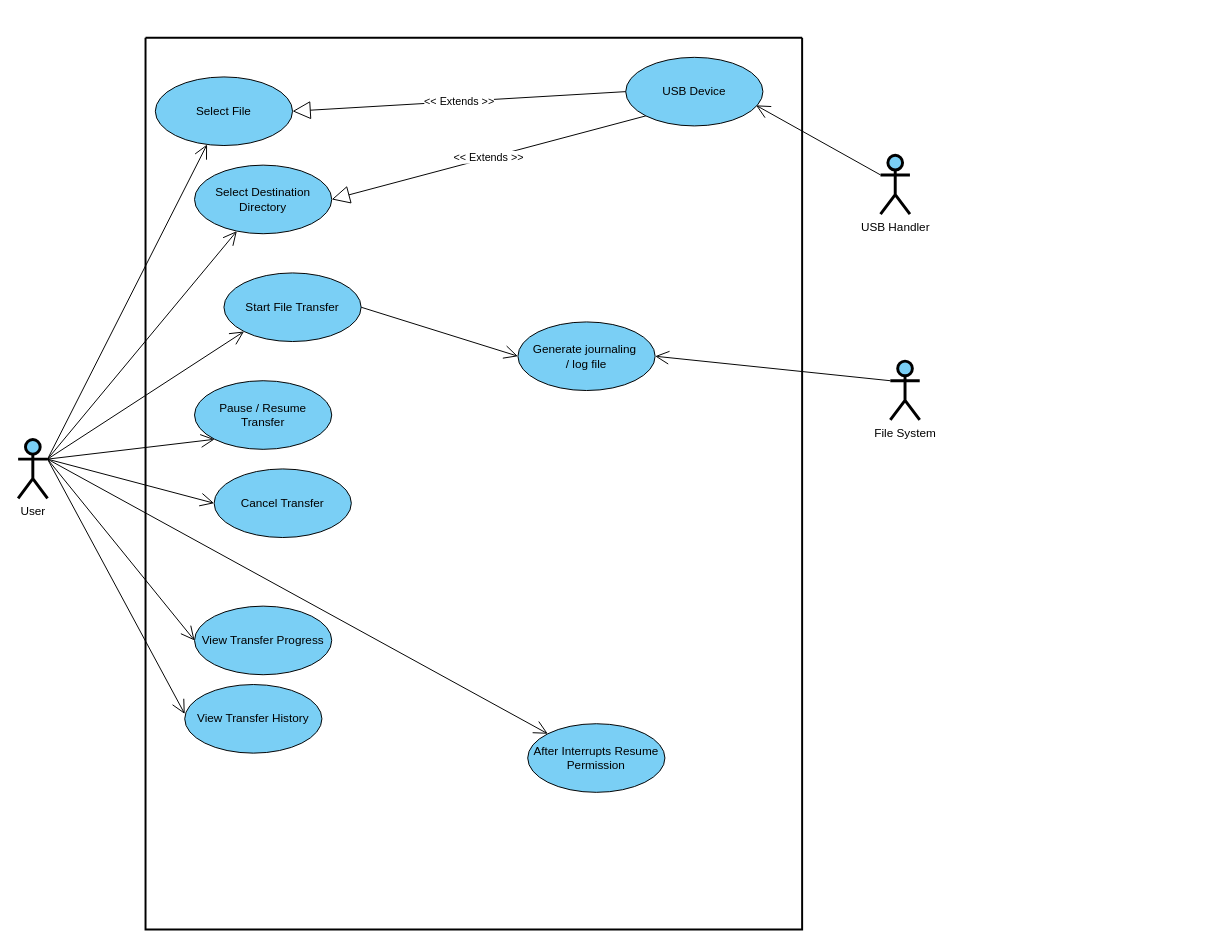
md-rakib-78/Reliable-USB-File-Transfer-System-with-Auto-Resume-Support keeps this draw.io diagram as Class Diagram Of RFT.drawio. Above is the earlier version. Source tidied: cells renumbered, new cells numbered last; positions are measured from the earlier drawing's top-left corner, leaving out a move shared by most shapes. Both pictures are drawn from the tidied source at 98%, with x=0, y=0 at pixel (18, 37).
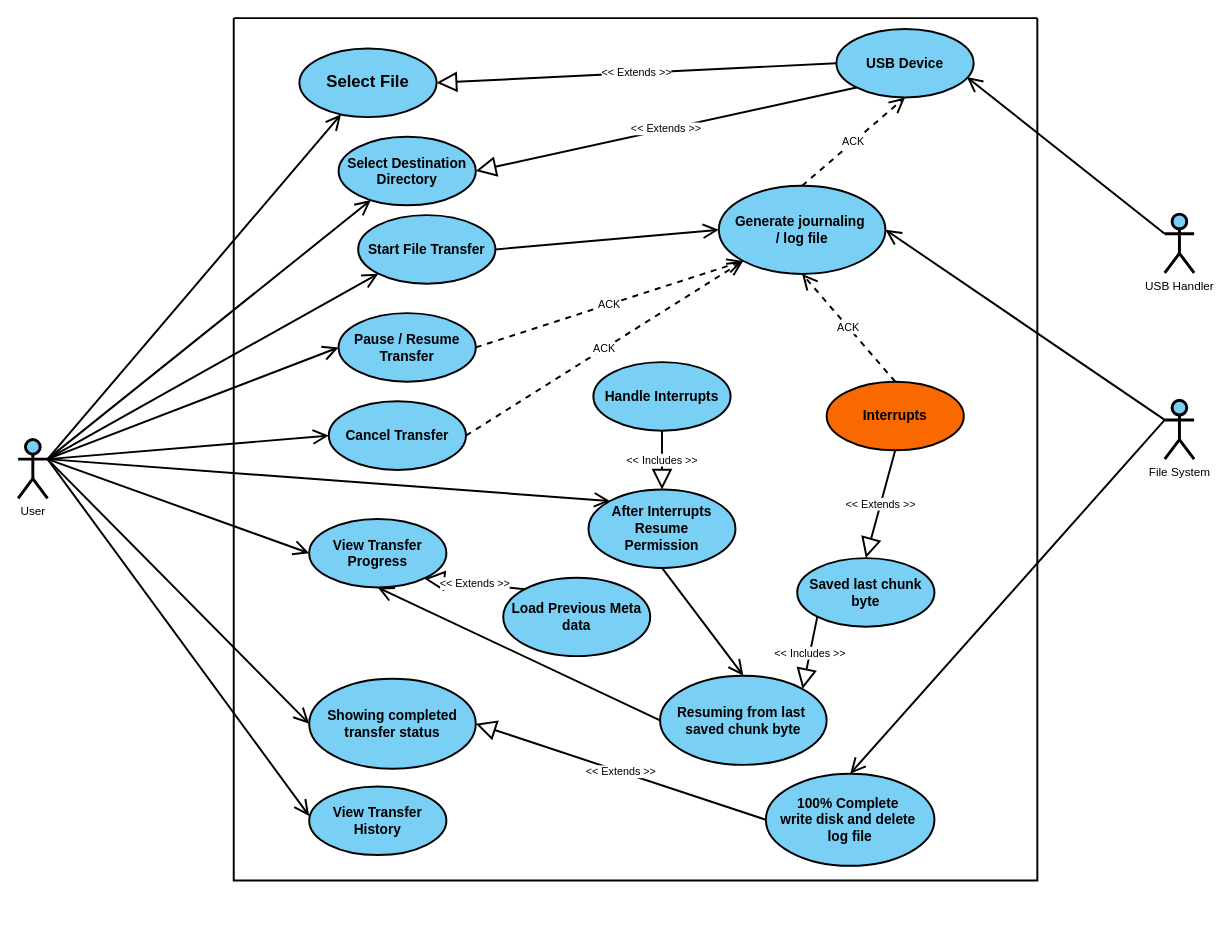
The same diagram, later.

Unchanged cells that the change refers to:
```xml
<mxCell id="16" value="User" style="shape=umlActor;verticalLabelPosition=bottom;verticalAlign=top;html=1;strokeWidth=3;fillColor=light-dark(#7acff5, #ededed);" parent="1" vertex="1">
  <mxGeometry y="410" width="30" height="60" as="geometry" />
</mxCell>
```

What changed in the source:
```diff
@@
     <mxCell id="2" style="swimlane;startSize=0;strokeWidth=2;" parent="1" vertex="1">
-      <mxGeometry x="130" width="670" height="910" as="geometry" />
+      <mxGeometry x="220" y="-20" width="820" height="880" as="geometry" />
     </mxCell>
-    <mxCell id="3" value="Select File" style="ellipse;whiteSpace=wrap;html=1;fillColor=light-dark(#7acff5, #ededed);" parent="2" vertex="1">
-      <mxGeometry x="10" y="40" width="140" height="70" as="geometry" />
+    <mxCell id="3" value="&lt;font style=&quot;font-size: 17px;&quot;&gt;&lt;b&gt;Select File&lt;/b&gt;&lt;/font&gt;" style="ellipse;whiteSpace=wrap;html=1;fillColor=light-dark(#7acff5, #ededed);strokeWidth=2;" parent="2" vertex="1">
+      <mxGeometry x="67" y="31" width="140" height="70" as="geometry" />
     </mxCell>
-    <mxCell id="4" value="Select Destination&lt;div&gt;Directory&lt;/div&gt;" style="ellipse;whiteSpace=wrap;html=1;fillColor=#7ACFF5;" parent="2" vertex="1">
-      <mxGeometry x="50" y="130" width="140" height="70" as="geometry" />
+    <mxCell id="4" value="&lt;font style=&quot;font-size: 14px;&quot;&gt;&lt;b&gt;Select Destination&lt;/b&gt;&lt;/font&gt;&lt;div&gt;&lt;font style=&quot;font-size: 14px;&quot;&gt;&lt;b&gt;Directory&lt;/b&gt;&lt;/font&gt;&lt;/div&gt;" style="ellipse;whiteSpace=wrap;html=1;fillColor=#7ACFF5;strokeWidth=2;" parent="2" vertex="1">
+      <mxGeometry x="107" y="121" width="140" height="70" as="geometry" />
     </mxCell>
-    <mxCell id="5" value="Pause / Resume&lt;div&gt;Transfer&lt;/div&gt;" style="ellipse;whiteSpace=wrap;html=1;fillColor=#7ACFF5;" parent="2" vertex="1">
-      <mxGeometry x="50" y="350" width="140" height="70" as="geometry" />
+    <mxCell id="5" value="&lt;font style=&quot;font-size: 14px;&quot;&gt;&lt;b&gt;Pause / Resume&lt;/b&gt;&lt;/font&gt;&lt;div&gt;&lt;font style=&quot;font-size: 14px;&quot;&gt;&lt;b&gt;Transfer&lt;/b&gt;&lt;/font&gt;&lt;/div&gt;" style="ellipse;whiteSpace=wrap;html=1;fillColor=#7ACFF5;strokeWidth=2;" parent="2" vertex="1">
+      <mxGeometry x="107" y="301" width="140" height="70" as="geometry" />
     </mxCell>
-    <mxCell id="6" value="Cancel Transfer" style="ellipse;whiteSpace=wrap;html=1;fillColor=#7ACFF5;" parent="2" vertex="1">
-      <mxGeometry x="70" y="440" width="140" height="70" as="geometry" />
+    <mxCell id="6" value="&lt;font style=&quot;font-size: 14px;&quot;&gt;&lt;b&gt;Cancel Transfer&lt;/b&gt;&lt;/font&gt;" style="ellipse;whiteSpace=wrap;html=1;fillColor=#7ACFF5;strokeWidth=2;" parent="2" vertex="1">
+      <mxGeometry x="97" y="391" width="140" height="70" as="geometry" />
     </mxCell>
-    <mxCell id="7" value="View Transfer Progress" style="ellipse;whiteSpace=wrap;html=1;fillColor=#7ACFF5;" parent="2" vertex="1">
-      <mxGeometry x="50" y="580" width="140" height="70" as="geometry" />
+    <mxCell id="7" value="&lt;font style=&quot;font-size: 14px;&quot;&gt;&lt;b&gt;View Transfer Progress&lt;/b&gt;&lt;/font&gt;" style="ellipse;whiteSpace=wrap;html=1;fillColor=#7ACFF5;strokeWidth=2;" parent="2" vertex="1">
+      <mxGeometry x="77" y="511" width="140" height="70" as="geometry" />
     </mxCell>
-    <mxCell id="8" value="View Transfer History" style="ellipse;whiteSpace=wrap;html=1;fillColor=#7ACFF5;" parent="2" vertex="1">
-      <mxGeometry x="40" y="660" width="140" height="70" as="geometry" />
+    <mxCell id="8" value="&lt;font style=&quot;font-size: 14px;&quot;&gt;&lt;b&gt;View Transfer History&lt;/b&gt;&lt;/font&gt;" style="ellipse;whiteSpace=wrap;html=1;fillColor=#7ACFF5;strokeWidth=2;" parent="2" vertex="1">
+      <mxGeometry x="77" y="784" width="140" height="70" as="geometry" />
     </mxCell>
-    <mxCell id="9" value="After Interrupts Resume&lt;div&gt;Permission&lt;/div&gt;" style="ellipse;whiteSpace=wrap;html=1;fillColor=#7ACFF5;" parent="2" vertex="1">
-      <mxGeometry x="390" y="700" width="140" height="70" as="geometry" />
+    <mxCell id="9" value="&lt;font style=&quot;font-size: 14px;&quot;&gt;&lt;b&gt;After Interrupts Resume&lt;/b&gt;&lt;/font&gt;&lt;div&gt;&lt;font style=&quot;font-size: 14px;&quot;&gt;&lt;b&gt;Permission&lt;/b&gt;&lt;/font&gt;&lt;/div&gt;" style="ellipse;whiteSpace=wrap;html=1;fillColor=#7ACFF5;strokeWidth=2;" parent="2" vertex="1">
+      <mxGeometry x="362" y="481" width="150" height="80" as="geometry" />
     </mxCell>
-    <mxCell id="10" value="USB Device" style="ellipse;whiteSpace=wrap;html=1;fillColor=light-dark(#7acff5, #ededed);" parent="2" vertex="1">
-      <mxGeometry x="490" y="20" width="140" height="70" as="geometry" />
+    <mxCell id="10" value="&lt;font style=&quot;font-size: 14px;&quot;&gt;&lt;b&gt;USB Device&lt;/b&gt;&lt;/font&gt;" style="ellipse;whiteSpace=wrap;html=1;fillColor=light-dark(#7acff5, #ededed);strokeWidth=2;" parent="2" vertex="1">
+      <mxGeometry x="615" y="11" width="140" height="70" as="geometry" />
     </mxCell>
-    <mxCell id="11" value="Start File Transfer" style="ellipse;whiteSpace=wrap;html=1;fillColor=light-dark(#7acff5, #ededed);" parent="2" vertex="1">
-      <mxGeometry x="80" y="240" width="140" height="70" as="geometry" />
+    <mxCell id="11" value="&lt;font style=&quot;font-size: 14px;&quot;&gt;&lt;b style=&quot;&quot;&gt;Start File Transfer&lt;/b&gt;&lt;/font&gt;" style="ellipse;whiteSpace=wrap;html=1;fillColor=light-dark(#7acff5, #ededed);strokeWidth=2;" parent="2" vertex="1">
+      <mxGeometry x="127" y="201" width="140" height="70" as="geometry" />
     </mxCell>
-    <mxCell id="12" value="&amp;lt;&amp;lt; Extends &amp;gt;&amp;gt;" style="endArrow=block;endSize=16;endFill=0;html=1;rounded=0;exitX=0;exitY=0.5;exitDx=0;exitDy=0;entryX=1;entryY=0.5;entryDx=0;entryDy=0;" parent="2" edge="1" source="10" target="3">
+    <mxCell id="12" value="&amp;lt;&amp;lt; Extends &amp;gt;&amp;gt;" style="endArrow=block;endSize=16;endFill=0;html=1;rounded=0;exitX=0;exitY=0.5;exitDx=0;exitDy=0;entryX=1;entryY=0.5;entryDx=0;entryDy=0;strokeWidth=2;" parent="2" edge="1" source="10" target="3">
       <mxGeometry relative="1" as="geometry" />
     </mxCell>
-    <mxCell id="13" value="&amp;lt;&amp;lt; Extends &amp;gt;&amp;gt;" style="endArrow=block;endSize=16;endFill=0;html=1;rounded=0;exitX=0;exitY=1;exitDx=0;exitDy=0;entryX=1;entryY=0.5;entryDx=0;entryDy=0;" parent="2" edge="1" source="10" target="4">
+    <mxCell id="13" value="&amp;lt;&amp;lt; Extends &amp;gt;&amp;gt;" style="endArrow=block;endSize=16;endFill=0;html=1;rounded=0;exitX=0;exitY=1;exitDx=0;exitDy=0;entryX=1;entryY=0.5;entryDx=0;entryDy=0;strokeWidth=2;" parent="2" edge="1" source="10" target="4">
       <mxGeometry relative="1" as="geometry" />
     </mxCell>
-    <mxCell id="14" value="Generate&amp;nbsp;journaling&amp;nbsp;&lt;div&gt;/ log file&lt;/div&gt;" style="ellipse;whiteSpace=wrap;html=1;fillColor=light-dark(#7acff5, #ededed);" parent="2" vertex="1">
-      <mxGeometry x="380" y="290" width="140" height="70" as="geometry" />
+    <mxCell id="14" value="&lt;font style=&quot;font-size: 14px;&quot;&gt;&lt;b&gt;Generate&amp;nbsp;journaling&amp;nbsp;&lt;/b&gt;&lt;/font&gt;&lt;div&gt;&lt;font style=&quot;font-size: 14px;&quot;&gt;&lt;b&gt;/ log file&lt;/b&gt;&lt;/font&gt;&lt;/div&gt;" style="ellipse;whiteSpace=wrap;html=1;fillColor=light-dark(#7acff5, #ededed);strokeWidth=2;" parent="2" vertex="1">
+      <mxGeometry x="495" y="171" width="170" height="90" as="geometry" />
     </mxCell>
-    <mxCell id="15" style="endArrow=open;endFill=1;endSize=12;html=1;rounded=0;exitX=1;exitY=0.5;exitDx=0;exitDy=0;entryX=0;entryY=0.5;entryDx=0;entryDy=0;" parent="2" edge="1" source="11" target="14">
+    <mxCell id="15" style="endArrow=open;endFill=1;endSize=12;html=1;rounded=0;exitX=1;exitY=0.5;exitDx=0;exitDy=0;entryX=0;entryY=0.5;entryDx=0;entryDy=0;strokeWidth=2;" parent="2" edge="1" source="11" target="14">
       <mxGeometry relative="1" as="geometry" />
     </mxCell>
+    <mxCell id="29" value="&lt;font style=&quot;font-size: 14px;&quot;&gt;&lt;b&gt;100% Complete&amp;nbsp;&lt;/b&gt;&lt;/font&gt;&lt;div&gt;&lt;font style=&quot;font-size: 14px;&quot;&gt;&lt;b&gt;write disk and delete&amp;nbsp;&lt;/b&gt;&lt;/font&gt;&lt;/div&gt;&lt;div&gt;&lt;font style=&quot;font-size: 14px;&quot;&gt;&lt;b&gt;log file&lt;/b&gt;&lt;/font&gt;&lt;/div&gt;" style="ellipse;whiteSpace=wrap;html=1;fillColor=#7ACFF5;strokeWidth=2;" parent="2" vertex="1">
+      <mxGeometry x="543" y="771" width="172" height="94" as="geometry" />
+    </mxCell>
+    <mxCell id="30" value="ACK" style="endArrow=open;endSize=12;dashed=1;html=1;rounded=0;exitX=1;exitY=0.5;exitDx=0;exitDy=0;entryX=0;entryY=1;entryDx=0;entryDy=0;strokeWidth=2;" parent="2" edge="1" source="5" target="14">
+      <mxGeometry relative="1" as="geometry" />
+    </mxCell>
+    <mxCell id="31" value="ACK" style="endArrow=open;endSize=12;dashed=1;html=1;rounded=0;exitX=0.5;exitY=0;exitDx=0;exitDy=0;entryX=0.5;entryY=1;entryDx=0;entryDy=0;strokeWidth=2;" parent="2" edge="1" source="14" target="10">
+      <mxGeometry relative="1" as="geometry" />
+    </mxCell>
+    <mxCell id="32" value="ACK" style="endArrow=open;endSize=12;dashed=1;html=1;rounded=0;exitX=1;exitY=0.5;exitDx=0;exitDy=0;entryX=0;entryY=1;entryDx=0;entryDy=0;strokeWidth=2;" parent="2" edge="1" source="6" target="14">
+      <mxGeometry relative="1" as="geometry" />
+    </mxCell>
+    <mxCell id="33" value="&lt;font style=&quot;font-size: 14px;&quot;&gt;&lt;b&gt;Interrupts&lt;/b&gt;&lt;/font&gt;" style="ellipse;whiteSpace=wrap;html=1;fillColor=#fa6800;fontColor=#000000;strokeColor=#000000;strokeWidth=2;" parent="2" vertex="1">
+      <mxGeometry x="605" y="371" width="140" height="70" as="geometry" />
+    </mxCell>
+    <mxCell id="34" value="ACK" style="endArrow=open;endSize=12;dashed=1;html=1;rounded=0;exitX=0.5;exitY=0;exitDx=0;exitDy=0;entryX=0.5;entryY=1;entryDx=0;entryDy=0;strokeWidth=2;" parent="2" edge="1" source="33" target="14">
+      <mxGeometry relative="1" as="geometry" />
+    </mxCell>
+    <mxCell id="35" value="&lt;font style=&quot;font-size: 14px;&quot;&gt;&lt;b&gt;Load Previous Meta data&lt;/b&gt;&lt;/font&gt;" style="ellipse;whiteSpace=wrap;html=1;fillColor=#7ACFF5;strokeWidth=2;" parent="2" vertex="1">
+      <mxGeometry x="275" y="571" width="150" height="80" as="geometry" />
+    </mxCell>
+    <mxCell id="36" value="&lt;font style=&quot;font-size: 14px;&quot;&gt;&lt;b&gt;Saved last chunk byte&lt;/b&gt;&lt;/font&gt;" style="ellipse;whiteSpace=wrap;html=1;fillColor=#7ACFF5;strokeWidth=2;" parent="2" vertex="1">
+      <mxGeometry x="575" y="551" width="140" height="70" as="geometry" />
+    </mxCell>
+    <mxCell id="37" value="&amp;lt;&amp;lt; Extends &amp;gt;&amp;gt;" style="endArrow=block;endSize=16;endFill=0;html=1;rounded=0;exitX=0;exitY=0;exitDx=0;exitDy=0;entryX=0.84;entryY=0.872;entryDx=0;entryDy=0;entryPerimeter=0;strokeWidth=2;" parent="2" edge="1" source="35" target="7">
+      <mxGeometry relative="1" as="geometry" />
+    </mxCell>
+    <mxCell id="38" value="&amp;lt;&amp;lt; Extends &amp;gt;&amp;gt;" style="endArrow=block;endSize=16;endFill=0;html=1;rounded=0;exitX=0.5;exitY=1;exitDx=0;exitDy=0;entryX=0.5;entryY=0;entryDx=0;entryDy=0;strokeWidth=2;" parent="2" edge="1" source="33" target="36">
+      <mxGeometry relative="1" as="geometry" />
+    </mxCell>
+    <mxCell id="39" value="&lt;font style=&quot;font-size: 14px;&quot;&gt;&lt;b&gt;Resuming from last&amp;nbsp;&lt;/b&gt;&lt;/font&gt;&lt;div&gt;&lt;font style=&quot;font-size: 14px;&quot;&gt;&lt;b&gt;saved chunk byte&lt;/b&gt;&lt;/font&gt;&lt;/div&gt;" style="ellipse;whiteSpace=wrap;html=1;fillColor=#7ACFF5;strokeWidth=2;" parent="2" vertex="1">
+      <mxGeometry x="435" y="671" width="170" height="91" as="geometry" />
+    </mxCell>
+    <mxCell id="40" value="&amp;lt;&amp;lt; Includes &amp;gt;&amp;gt;" style="endArrow=block;endSize=16;endFill=0;html=1;rounded=0;exitX=0;exitY=1;exitDx=0;exitDy=0;entryX=1;entryY=0;entryDx=0;entryDy=0;strokeWidth=2;" parent="2" edge="1" source="36" target="39">
+      <mxGeometry relative="1" as="geometry" />
+    </mxCell>
+    <mxCell id="41" style="endArrow=open;endFill=1;endSize=12;html=1;rounded=0;exitX=0;exitY=0.5;exitDx=0;exitDy=0;entryX=0.5;entryY=1;entryDx=0;entryDy=0;strokeWidth=2;" parent="2" edge="1" source="39" target="7">
+      <mxGeometry relative="1" as="geometry" />
+    </mxCell>
+    <mxCell id="42" value="&lt;font style=&quot;font-size: 14px;&quot;&gt;&lt;b&gt;Handle Interrupts&lt;/b&gt;&lt;/font&gt;" style="ellipse;whiteSpace=wrap;html=1;fillColor=#7ACFF5;strokeWidth=2;" parent="2" vertex="1">
+      <mxGeometry x="367" y="351" width="140" height="70" as="geometry" />
+    </mxCell>
+    <mxCell id="43" value="&amp;lt;&amp;lt; Includes &amp;gt;&amp;gt;" style="endArrow=block;endSize=16;endFill=0;html=1;rounded=0;exitX=0.5;exitY=1;exitDx=0;exitDy=0;entryX=0.5;entryY=0;entryDx=0;entryDy=0;strokeWidth=2;" parent="2" edge="1" source="42" target="9">
+      <mxGeometry relative="1" as="geometry" />
+    </mxCell>
+    <mxCell id="44" style="endArrow=open;endFill=1;endSize=12;html=1;rounded=0;exitX=0.5;exitY=1;exitDx=0;exitDy=0;entryX=0.5;entryY=0;entryDx=0;entryDy=0;strokeWidth=2;" parent="2" edge="1" source="9" target="39">
+      <mxGeometry relative="1" as="geometry" />
+    </mxCell>
+    <mxCell id="45" value="&lt;font style=&quot;font-size: 14px;&quot;&gt;&lt;b&gt;Showing completed transfer status&lt;/b&gt;&lt;/font&gt;" style="ellipse;whiteSpace=wrap;html=1;fillColor=#7ACFF5;strokeWidth=2;" parent="2" vertex="1">
+      <mxGeometry x="77" y="674" width="170" height="92" as="geometry" />
+    </mxCell>
+    <mxCell id="46" value="&amp;lt;&amp;lt; Extends &amp;gt;&amp;gt;" style="endArrow=block;endSize=16;endFill=0;html=1;rounded=0;exitX=0;exitY=0.5;exitDx=0;exitDy=0;entryX=1;entryY=0.5;entryDx=0;entryDy=0;strokeWidth=2;" parent="2" edge="1" source="29" target="45">
+      <mxGeometry relative="1" as="geometry" />
+    </mxCell>
@@
     <mxCell id="17" value="File System" style="shape=umlActor;verticalLabelPosition=bottom;verticalAlign=top;html=1;strokeWidth=3;fillColor=light-dark(#7acff5, #ededed);" parent="1" vertex="1">
-      <mxGeometry x="890" y="330" width="30" height="60" as="geometry" />
+      <mxGeometry x="1170" y="370" width="30" height="60" as="geometry" />
     </mxCell>
     <mxCell id="18" value="USB Handler" style="shape=umlActor;verticalLabelPosition=bottom;verticalAlign=top;html=1;strokeWidth=3;fillColor=light-dark(#7acff5, #ededed);" parent="1" vertex="1">
-      <mxGeometry x="880" y="120" width="30" height="60" as="geometry" />
+      <mxGeometry x="1170" y="180" width="30" height="60" as="geometry" />
     </mxCell>
-    <mxCell id="19" style="endArrow=open;endFill=1;endSize=12;html=1;rounded=0;exitX=1;exitY=0.3333333333333333;exitDx=0;exitDy=0;exitPerimeter=0;" parent="1" edge="1" source="16" target="3">
+    <mxCell id="19" style="endArrow=open;endFill=1;endSize=12;html=1;rounded=0;exitX=1;exitY=0.3333333333333333;exitDx=0;exitDy=0;exitPerimeter=0;strokeWidth=2;" parent="1" edge="1" source="16" target="3">
       <mxGeometry relative="1" as="geometry" />
     </mxCell>
-    <mxCell id="20" style="endArrow=open;endFill=1;endSize=12;html=1;rounded=0;exitX=1;exitY=0.3333333333333333;exitDx=0;exitDy=0;exitPerimeter=0;" parent="1" edge="1" source="16" target="4">
+    <mxCell id="20" style="endArrow=open;endFill=1;endSize=12;html=1;rounded=0;exitX=1;exitY=0.3333333333333333;exitDx=0;exitDy=0;exitPerimeter=0;strokeWidth=2;" parent="1" edge="1" source="16" target="4">
       <mxGeometry relative="1" as="geometry" />
     </mxCell>
-    <mxCell id="21" style="endArrow=open;endFill=1;endSize=12;html=1;rounded=0;exitX=1;exitY=0.3333333333333333;exitDx=0;exitDy=0;exitPerimeter=0;entryX=0;entryY=1;entryDx=0;entryDy=0;" parent="1" edge="1" source="16" target="5">
+    <mxCell id="21" style="endArrow=open;endFill=1;endSize=12;html=1;rounded=0;exitX=1;exitY=0.3333333333333333;exitDx=0;exitDy=0;exitPerimeter=0;entryX=0;entryY=0.5;entryDx=0;entryDy=0;strokeWidth=2;" parent="1" edge="1" source="16" target="5">
       <mxGeometry relative="1" as="geometry" />
     </mxCell>
-    <mxCell id="22" style="endArrow=open;endFill=1;endSize=12;html=1;rounded=0;exitX=1;exitY=0.3333333333333333;exitDx=0;exitDy=0;exitPerimeter=0;entryX=0;entryY=0.5;entryDx=0;entryDy=0;" parent="1" edge="1" source="16" target="6">
+    <mxCell id="22" style="endArrow=open;endFill=1;endSize=12;html=1;rounded=0;exitX=1;exitY=0.3333333333333333;exitDx=0;exitDy=0;exitPerimeter=0;entryX=0;entryY=0.5;entryDx=0;entryDy=0;strokeWidth=2;" parent="1" edge="1" source="16" target="6">
       <mxGeometry relative="1" as="geometry" />
     </mxCell>
-    <mxCell id="23" style="endArrow=open;endFill=1;endSize=12;html=1;rounded=0;exitX=1;exitY=0.3333333333333333;exitDx=0;exitDy=0;exitPerimeter=0;entryX=0;entryY=0.5;entryDx=0;entryDy=0;" parent="1" edge="1" source="16" target="7">
+    <mxCell id="23" style="endArrow=open;endFill=1;endSize=12;html=1;rounded=0;exitX=1;exitY=0.3333333333333333;exitDx=0;exitDy=0;exitPerimeter=0;entryX=0;entryY=0.5;entryDx=0;entryDy=0;strokeWidth=2;" parent="1" edge="1" source="16" target="7">
       <mxGeometry relative="1" as="geometry" />
     </mxCell>
-    <mxCell id="24" style="endArrow=open;endFill=1;endSize=12;html=1;rounded=0;exitX=1;exitY=0.3333333333333333;exitDx=0;exitDy=0;exitPerimeter=0;entryX=0;entryY=0.429;entryDx=0;entryDy=0;entryPerimeter=0;" parent="1" edge="1" source="16" target="8">
+    <mxCell id="24" style="endArrow=open;endFill=1;endSize=12;html=1;rounded=0;exitX=1;exitY=0.3333333333333333;exitDx=0;exitDy=0;exitPerimeter=0;entryX=0;entryY=0.429;entryDx=0;entryDy=0;entryPerimeter=0;strokeWidth=2;" parent="1" edge="1" source="16" target="8">
       <mxGeometry relative="1" as="geometry" />
     </mxCell>
-    <mxCell id="25" style="endArrow=open;endFill=1;endSize=12;html=1;rounded=0;exitX=1;exitY=0.3333333333333333;exitDx=0;exitDy=0;exitPerimeter=0;entryX=0;entryY=0;entryDx=0;entryDy=0;" parent="1" edge="1" source="16" target="9">
+    <mxCell id="25" style="endArrow=open;endFill=1;endSize=12;html=1;rounded=0;exitX=1;exitY=0.3333333333333333;exitDx=0;exitDy=0;exitPerimeter=0;entryX=0;entryY=0;entryDx=0;entryDy=0;strokeWidth=2;" parent="1" edge="1" source="16" target="9">
       <mxGeometry relative="1" as="geometry" />
     </mxCell>
-    <mxCell id="26" style="endArrow=open;endFill=1;endSize=12;html=1;rounded=0;exitX=0;exitY=0.3333333333333333;exitDx=0;exitDy=0;exitPerimeter=0;entryX=0.95;entryY=0.7;entryDx=0;entryDy=0;entryPerimeter=0;" parent="1" edge="1" source="18" target="10">
+    <mxCell id="26" style="endArrow=open;endFill=1;endSize=12;html=1;rounded=0;exitX=0;exitY=0.3333333333333333;exitDx=0;exitDy=0;exitPerimeter=0;entryX=0.95;entryY=0.7;entryDx=0;entryDy=0;entryPerimeter=0;strokeWidth=2;" parent="1" edge="1" source="18" target="10">
       <mxGeometry relative="1" as="geometry" />
     </mxCell>
-    <mxCell id="27" style="endArrow=open;endFill=1;endSize=12;html=1;rounded=0;exitX=1;exitY=0.3333333333333333;exitDx=0;exitDy=0;exitPerimeter=0;entryX=0;entryY=1;entryDx=0;entryDy=0;" parent="1" edge="1" source="16" target="11">
+    <mxCell id="27" style="endArrow=open;endFill=1;endSize=12;html=1;rounded=0;exitX=1;exitY=0.3333333333333333;exitDx=0;exitDy=0;exitPerimeter=0;entryX=0;entryY=1;entryDx=0;entryDy=0;strokeWidth=2;" parent="1" edge="1" source="16" target="11">
       <mxGeometry relative="1" as="geometry" />
     </mxCell>
-    <mxCell id="28" style="endArrow=open;endFill=1;endSize=12;html=1;rounded=0;exitX=0;exitY=0.3333333333333333;exitDx=0;exitDy=0;exitPerimeter=0;entryX=1;entryY=0.5;entryDx=0;entryDy=0;" parent="1" edge="1" source="17" target="14">
+    <mxCell id="28" style="endArrow=open;endFill=1;endSize=12;html=1;rounded=0;exitX=0;exitY=0.3333333333333333;exitDx=0;exitDy=0;exitPerimeter=0;entryX=1;entryY=0.5;entryDx=0;entryDy=0;strokeWidth=2;" parent="1" edge="1" source="17" target="14">
       <mxGeometry relative="1" as="geometry" />
     </mxCell>
+    <mxCell id="47" style="endArrow=open;endFill=1;endSize=12;html=1;rounded=0;exitX=0;exitY=0.3333333333333333;exitDx=0;exitDy=0;exitPerimeter=0;entryX=0.5;entryY=0;entryDx=0;entryDy=0;strokeWidth=2;" parent="1" edge="1" source="17" target="29">
+      <mxGeometry relative="1" as="geometry" />
+    </mxCell>
+    <mxCell id="48" style="endArrow=open;endFill=1;endSize=12;html=1;rounded=0;exitX=1;exitY=0.3333333333333333;exitDx=0;exitDy=0;exitPerimeter=0;entryX=0;entryY=0.5;entryDx=0;entryDy=0;strokeWidth=2;" parent="1" edge="1" source="16" target="45">
+      <mxGeometry relative="1" as="geometry" />
+    </mxCell>
```
